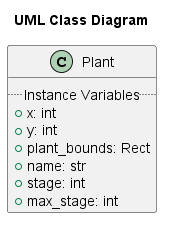
Above: uml/plant.png in teldrynsero/OOP-FinalProject-SpaceGame (PlantUML), before the change. Source of this version:
```plantuml
@startuml plant
scale 1
title  "UML Class Diagram"
class Plant {
	.. Instance Variables ..
	+ x: int
	+ y: int
    + plant_bounds: Rect
    + name: str
    + stage: int
    + max_stage: int
}
@enduml
```
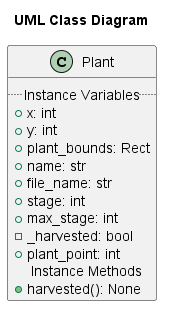
After the change.

What changed in the source:
```diff
@@ -7,7 +7,12 @@
 	+ y: int
     + plant_bounds: Rect
     + name: str
+    + file_name: str
     + stage: int
     + max_stage: int
+    - _harvested: bool
+    + plant_point: int
+    .. Instance Methods ..
+    + harvested(): None
 }
 @enduml
```
